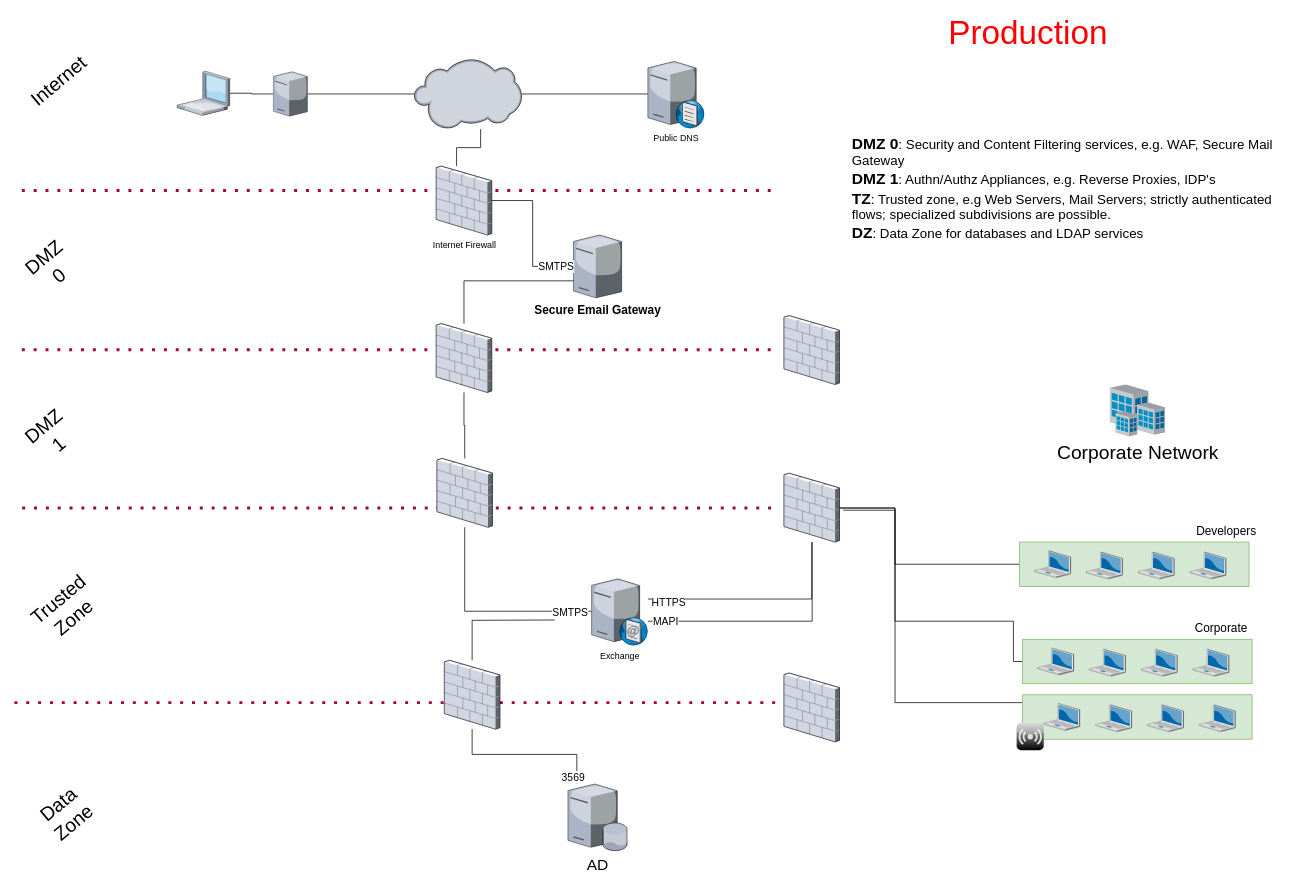
This is page "high level PROD" (2 of 4) of SMTP Gateway.drawio from dachachacha/dotfiles, a draw.io file, before an edit. Source tidied: cells renumbered, new cells numbered last; positions are measured from the earlier drawing's top-left corner, leaving out a move shared by most shapes. Both pictures are drawn from the tidied source at 74%, with x=0, y=0 at pixel (14, 21).
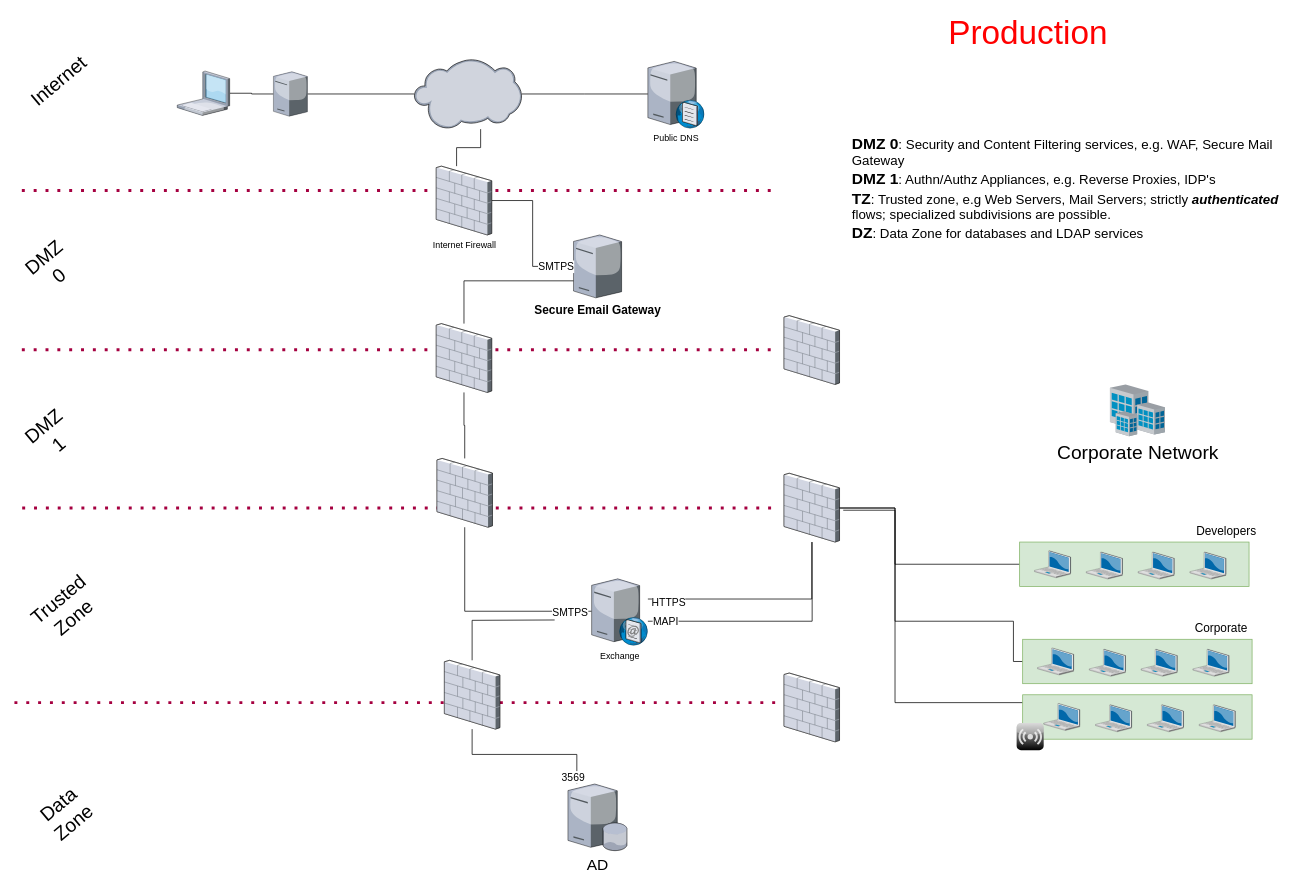
After the change.

The edit, as a diff of the source:
```diff
@@
-    <mxCell id="49" value="&lt;font style=&quot;&quot;&gt;&lt;b style=&quot;&quot;&gt;&lt;font style=&quot;font-size: 21px;&quot;&gt;DMZ 0&lt;/font&gt;&lt;/b&gt;&lt;span style=&quot;font-size: 18px;&quot;&gt;: Security and Content Filtering services, e.g. WAF, Secure Mail Gateway&lt;/span&gt;&lt;br&gt;&lt;font style=&quot;font-size: 21px;&quot;&gt;&lt;b&gt;DMZ 1&lt;/b&gt;&lt;/font&gt;&lt;span style=&quot;font-size: 18px;&quot;&gt;: Authn/Authz Appliances, e.g. Reverse Proxies, IDP's&lt;/span&gt;&lt;br&gt;&lt;b style=&quot;&quot;&gt;&lt;font style=&quot;font-size: 21px;&quot;&gt;TZ&lt;/font&gt;&lt;/b&gt;&lt;span style=&quot;font-size: 18px;&quot;&gt;: Trusted zone, e.g Web Servers, Mail Servers; strictly authenticated flows; specialized subdivisions are possible.&lt;br&gt;&lt;/span&gt;&lt;font style=&quot;font-size: 21px;&quot;&gt;&lt;b&gt;DZ&lt;/b&gt;&lt;/font&gt;&lt;font style=&quot;font-size: 18px;&quot;&gt;: Data Zone for databases and LDAP services&lt;/font&gt;&lt;br&gt;&lt;/font&gt;" style="text;html=1;strokeColor=none;fillColor=none;align=left;verticalAlign=middle;whiteSpace=wrap;rounded=0;fontSize=12;rotation=0;" parent="1" vertex="1">
+    <mxCell id="49" value="&lt;font style=&quot;&quot;&gt;&lt;b style=&quot;&quot;&gt;&lt;font style=&quot;font-size: 21px;&quot;&gt;DMZ 0&lt;/font&gt;&lt;/b&gt;&lt;span style=&quot;font-size: 18px;&quot;&gt;: Security and Content Filtering services, e.g. WAF, Secure Mail Gateway&lt;/span&gt;&lt;br&gt;&lt;font style=&quot;font-size: 21px;&quot;&gt;&lt;b&gt;DMZ 1&lt;/b&gt;&lt;/font&gt;&lt;span style=&quot;font-size: 18px;&quot;&gt;: Authn/Authz Appliances, e.g. Reverse Proxies, IDP's&lt;/span&gt;&lt;br&gt;&lt;b style=&quot;&quot;&gt;&lt;font style=&quot;font-size: 21px;&quot;&gt;TZ&lt;/font&gt;&lt;/b&gt;&lt;span style=&quot;font-size: 18px;&quot;&gt;: Trusted zone, e.g Web Servers, Mail Servers; strictly &lt;b&gt;&lt;i&gt;authenticated&lt;/i&gt;&lt;/b&gt; flows; specialized subdivisions are possible.&lt;br&gt;&lt;/span&gt;&lt;font style=&quot;font-size: 21px;&quot;&gt;&lt;b&gt;DZ&lt;/b&gt;&lt;/font&gt;&lt;font style=&quot;font-size: 18px;&quot;&gt;: Data Zone for databases and LDAP services&lt;/font&gt;&lt;br&gt;&lt;/font&gt;" style="text;html=1;strokeColor=none;fillColor=none;align=left;verticalAlign=middle;whiteSpace=wrap;rounded=0;fontSize=12;rotation=0;" parent="1" vertex="1">
       <mxGeometry x="1130" y="210" width="590" height="30" as="geometry" />
     </mxCell>
```
